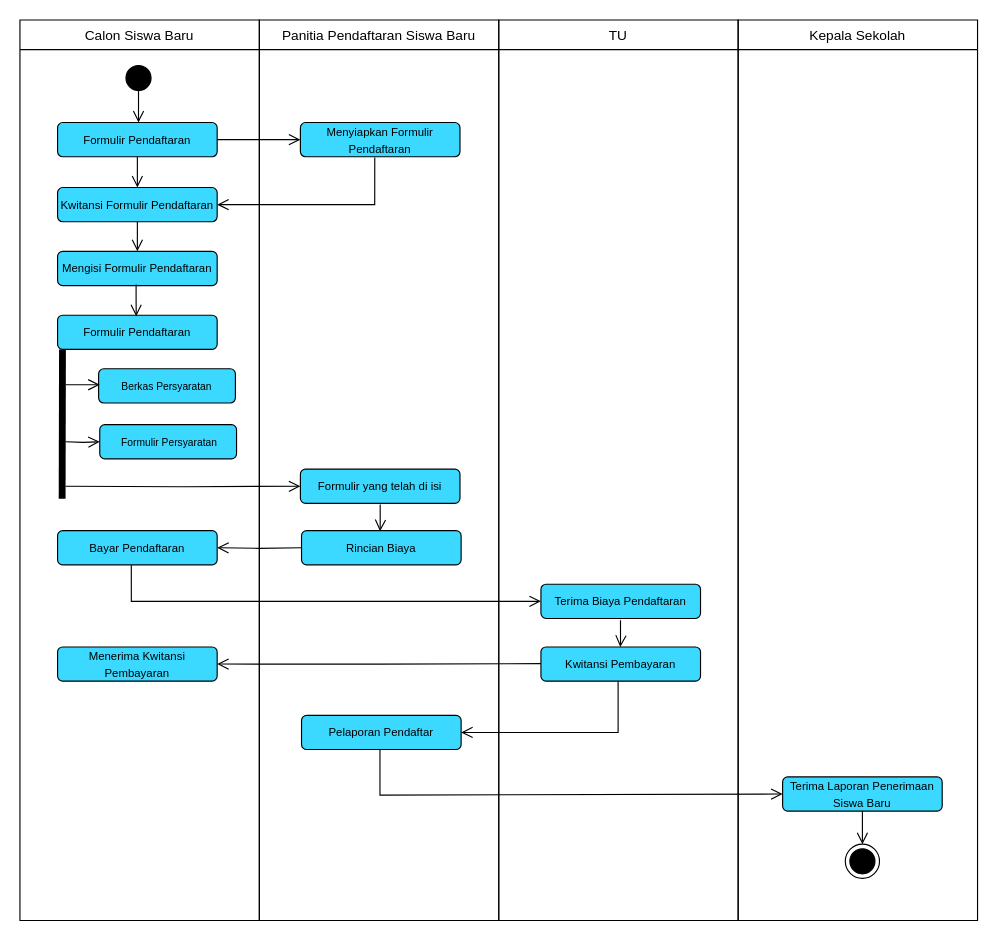
Before: activity.drawio in danangsptro/register-vhs, a draw.io diagram. Source tidied: cells renumbered, new cells numbered last; positions are measured from the earlier drawing's top-left corner, leaving out a move shared by most shapes. Both pictures are drawn from the tidied source at 114%, with x=0, y=0 at pixel (19, 19).
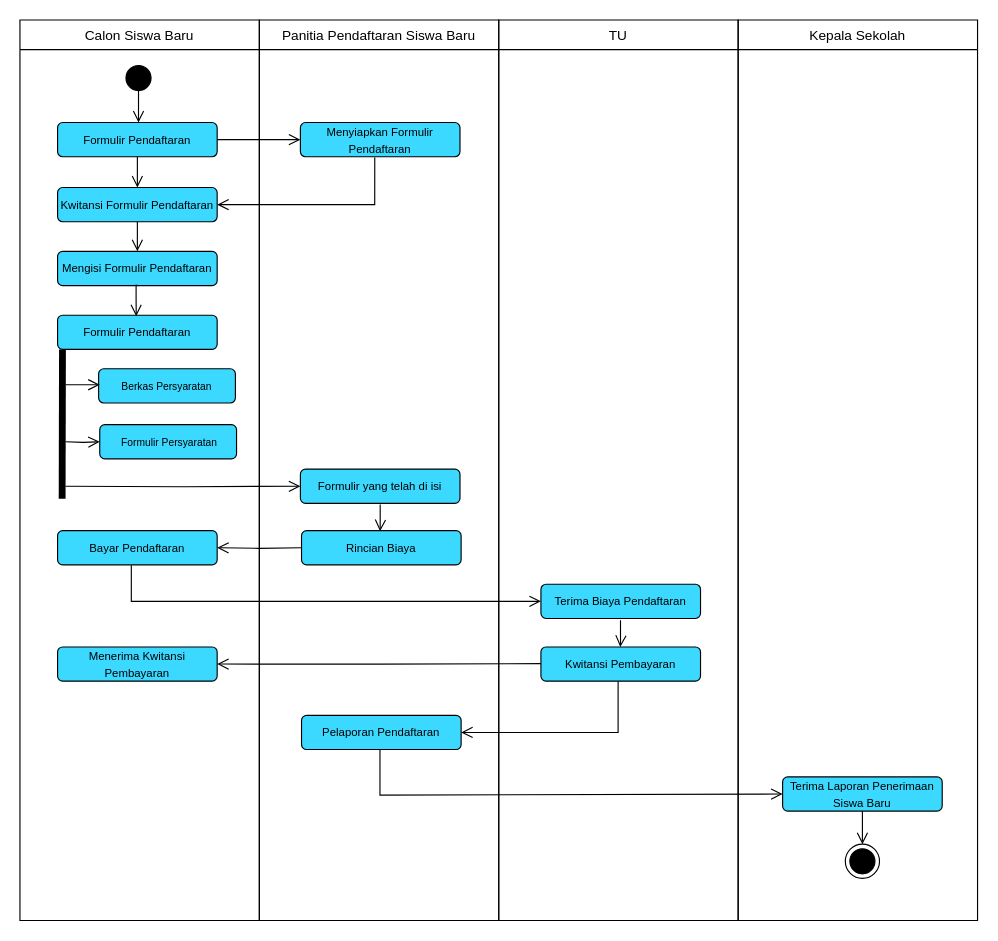
The same page after the edit.

What changed in the source:
```diff
@@
-    <mxCell id="25" value="&lt;font style=&quot;font-size: 10px;&quot;&gt;Pelaporan Pendaftar&lt;/font&gt;" style="rounded=1;whiteSpace=wrap;html=1;strokeColor=default;fillColor=#3BD8FF;gradientColor=none;" parent="1" vertex="1">
+    <mxCell id="25" value="&lt;font style=&quot;font-size: 10px;&quot;&gt;Pelaporan Pendaftaran&lt;/font&gt;" style="rounded=1;whiteSpace=wrap;html=1;strokeColor=default;fillColor=#3BD8FF;gradientColor=none;" parent="1" vertex="1">
       <mxGeometry x="247" y="610" width="140" height="30" as="geometry" />
     </mxCell>
```
